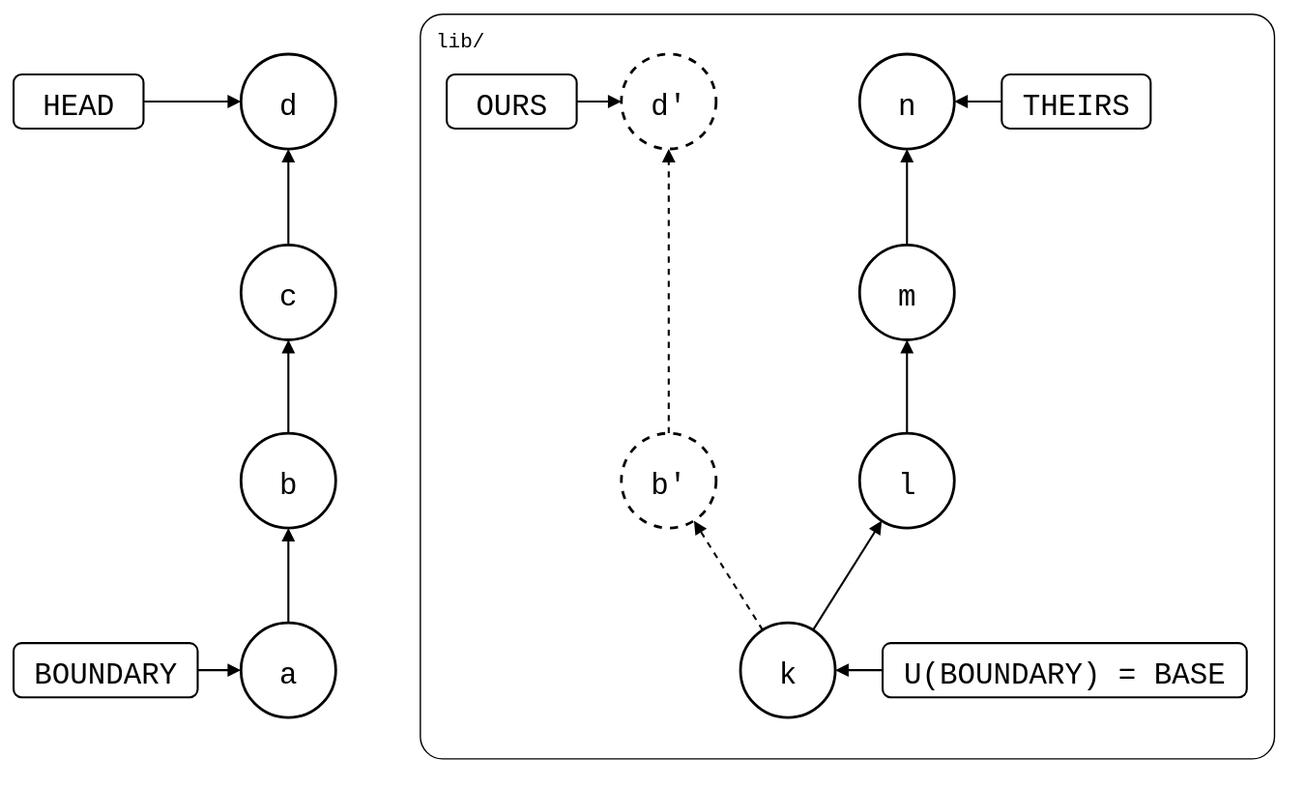
This is git-splice/test/scenarios/01-everyday-sync/01-sync-model/before-pull-git-names.drawio.svg from roschaefer/episodes, a draw.io export, as it was before one commit. Source tidied: cells renumbered, new cells last; positions are measured from the earlier drawing's top-left corner, leaving out a move shared by most shapes.
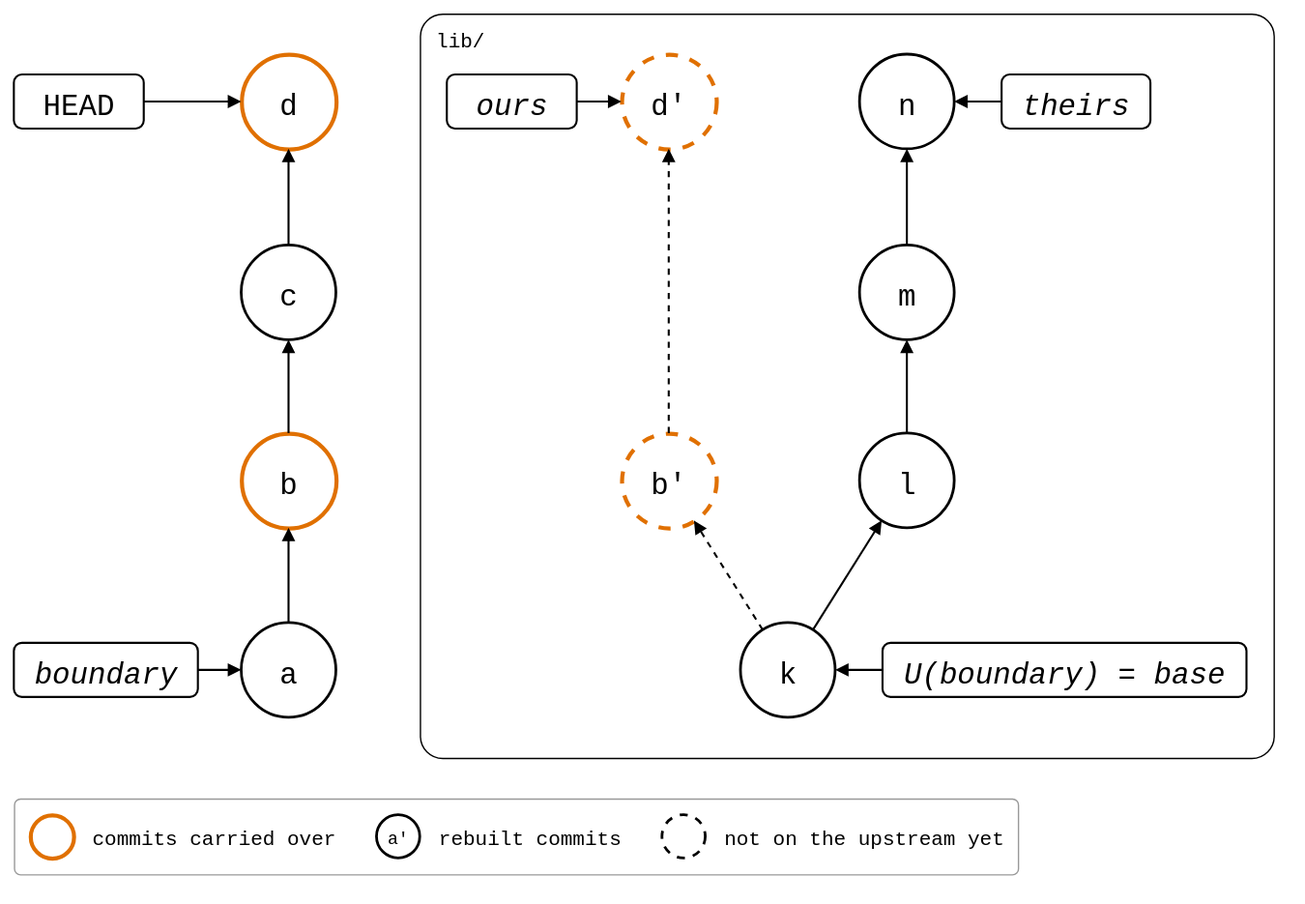
After the commit.

What changed in the source:
```diff
@@ -8,13 +8,13 @@
     <mxCell id="3" value="a" style="ellipse;strokeWidth=2;fontSize=22;fontFamily=Roboto Mono,monospace;" parent="1" vertex="1">
       <mxGeometry x="168" y="450" width="70" height="70" as="geometry" />
     </mxCell>
-    <mxCell id="4" value="b" style="ellipse;strokeWidth=2;fontSize=22;fontFamily=Roboto Mono,monospace;" parent="1" vertex="1">
+    <mxCell id="4" value="b" style="ellipse;fontSize=22;fontFamily=Roboto Mono,monospace;strokeColor=#E07000;strokeWidth=3;" parent="1" vertex="1">
       <mxGeometry x="168" y="310" width="70" height="70" as="geometry" />
     </mxCell>
-    <mxCell id="5" value="c" style="ellipse;strokeWidth=2;fontSize=22;fontFamily=Roboto Mono,monospace;" parent="1" vertex="1">
+    <mxCell id="5" value="c" style="ellipse;fontSize=22;fontFamily=Roboto Mono,monospace;strokeWidth=2;" parent="1" vertex="1">
       <mxGeometry x="168" y="171" width="70" height="70" as="geometry" />
     </mxCell>
-    <mxCell id="6" value="d" style="ellipse;strokeWidth=2;fontSize=22;fontFamily=Roboto Mono,monospace;" parent="1" vertex="1">
+    <mxCell id="6" value="d" style="ellipse;fontSize=22;fontFamily=Roboto Mono,monospace;strokeColor=#E07000;strokeWidth=3;" parent="1" vertex="1">
       <mxGeometry x="168" y="30" width="70" height="70" as="geometry" />
     </mxCell>
     <mxCell id="7" value="k" style="ellipse;strokeWidth=2;fontSize=22;fontFamily=Roboto Mono,monospace;" parent="1" vertex="1">
@@ -29,25 +29,25 @@
     <mxCell id="10" value="n" style="ellipse;strokeWidth=2;fontSize=22;fontFamily=Roboto Mono,monospace;" parent="1" vertex="1">
       <mxGeometry x="625" y="30" width="70" height="70" as="geometry" />
     </mxCell>
-    <mxCell id="11" value="b'" style="ellipse;strokeWidth=2;fontSize=22;fontFamily=Roboto Mono,monospace;dashed=1;" parent="1" vertex="1">
+    <mxCell id="11" value="b'" style="ellipse;fontSize=22;fontFamily=Roboto Mono,monospace;dashed=1;strokeColor=#E07000;strokeWidth=3;" parent="1" vertex="1">
       <mxGeometry x="449" y="310" width="70" height="70" as="geometry" />
     </mxCell>
-    <mxCell id="12" value="d'" style="ellipse;strokeWidth=2;fontSize=22;fontFamily=Roboto Mono,monospace;dashed=1;" parent="1" vertex="1">
+    <mxCell id="12" value="d'" style="ellipse;fontSize=22;fontFamily=Roboto Mono,monospace;dashed=1;strokeColor=#E07000;strokeWidth=3;" parent="1" vertex="1">
       <mxGeometry x="449" y="30" width="70" height="70" as="geometry" />
     </mxCell>
     <mxCell id="13" value="HEAD" style="rounded=1;strokeWidth=1.5;fontSize=22;fontFamily=Roboto Mono,monospace;" parent="1" vertex="1">
       <mxGeometry y="45" width="96" height="40" as="geometry" />
     </mxCell>
-    <mxCell id="14" value="BOUNDARY" style="rounded=1;strokeWidth=1.5;fontSize=22;fontFamily=Roboto Mono,monospace;" parent="1" vertex="1">
+    <mxCell id="14" value="boundary" style="rounded=1;strokeWidth=1.5;fontSize=22;fontFamily=Roboto Mono,monospace;fontStyle=2;" parent="1" vertex="1">
       <mxGeometry y="465" width="136" height="40" as="geometry" />
     </mxCell>
-    <mxCell id="15" value="U(BOUNDARY) = BASE" style="rounded=1;strokeWidth=1.5;fontSize=22;fontFamily=Roboto Mono,monospace;" parent="1" vertex="1">
+    <mxCell id="15" value="U(boundary) = base" style="rounded=1;strokeWidth=1.5;fontSize=22;fontFamily=Roboto Mono,monospace;fontStyle=2;" parent="1" vertex="1">
       <mxGeometry x="642" y="465" width="269" height="40" as="geometry" />
     </mxCell>
-    <mxCell id="16" value="THEIRS" style="rounded=1;strokeWidth=1.5;fontSize=22;fontFamily=Roboto Mono,monospace;" parent="1" vertex="1">
+    <mxCell id="16" value="theirs" style="rounded=1;strokeWidth=1.5;fontSize=22;fontFamily=Roboto Mono,monospace;fontStyle=2;" parent="1" vertex="1">
       <mxGeometry x="730" y="45" width="110" height="40" as="geometry" />
     </mxCell>
-    <mxCell id="17" value="OURS" style="rounded=1;strokeWidth=1.5;fontSize=22;fontFamily=Roboto Mono,monospace;" parent="1" vertex="1">
+    <mxCell id="17" value="ours" style="rounded=1;strokeWidth=1.5;fontSize=22;fontFamily=Roboto Mono,monospace;fontStyle=2;" parent="1" vertex="1">
       <mxGeometry x="320" y="45" width="96" height="40" as="geometry" />
     </mxCell>
     <mxCell id="18" style="endArrow=block;endFill=1;html=1;strokeWidth=1.5;rounded=0;" parent="1" edge="1" source="13" target="6">
@@ -89,5 +89,26 @@
     <mxCell id="30" style="endArrow=block;endFill=1;html=1;strokeWidth=1.5;rounded=0;" parent="1" edge="1" source="17" target="12">
       <mxGeometry relative="1" as="geometry" />
     </mxCell>
+    <mxCell id="31" style="rounded=1;arcSize=8;fillColor=none;strokeColor=#999999;strokeWidth=1;legend=1;" parent="1" vertex="1">
+      <mxGeometry y="580" width="742" height="56" as="geometry" />
+    </mxCell>
+    <mxCell id="32" style="ellipse;fontSize=13;fontFamily=Roboto Mono,monospace;strokeColor=#E07000;strokeWidth=3;" parent="31" vertex="1">
+      <mxGeometry x="12" y="12" width="32" height="32" as="geometry" />
+    </mxCell>
+    <mxCell id="33" value="commits carried over" style="text;align=left;verticalAlign=middle;fontSize=15;fontFamily=Roboto Mono,monospace;" parent="31" vertex="1">
+      <mxGeometry x="56" y="12" width="180" height="32" as="geometry" />
+    </mxCell>
+    <mxCell id="34" value="a'" style="ellipse;fontSize=13;fontFamily=Roboto Mono,monospace;strokeWidth=2;" parent="31" vertex="1">
+      <mxGeometry x="268" y="12" width="32" height="32" as="geometry" />
+    </mxCell>
+    <mxCell id="35" value="rebuilt commits" style="text;align=left;verticalAlign=middle;fontSize=15;fontFamily=Roboto Mono,monospace;" parent="31" vertex="1">
+      <mxGeometry x="312" y="12" width="135" height="32" as="geometry" />
+    </mxCell>
+    <mxCell id="36" style="ellipse;fontSize=13;fontFamily=Roboto Mono,monospace;strokeWidth=2;dashed=1;" parent="31" vertex="1">
+      <mxGeometry x="479" y="12" width="32" height="32" as="geometry" />
+    </mxCell>
+    <mxCell id="37" value="not on the upstream yet" style="text;align=left;verticalAlign=middle;fontSize=15;fontFamily=Roboto Mono,monospace;" parent="31" vertex="1">
+      <mxGeometry x="523" y="12" width="207" height="32" as="geometry" />
+    </mxCell>
   </root>
 </mxGraphModel>
```
